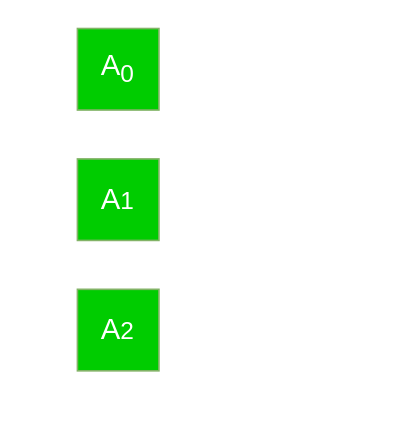
Earlier version of the draw.io diagram Ring-Allreduce.drawio (abdzhangzeyu/draw.io). Source tidied: cells renumbered, new cells numbered last; positions are measured from the earlier drawing's top-left corner, leaving out a move shared by most shapes. Both pictures are drawn from the tidied source at 163%, with x=0, y=0 at pixel (77, 28).
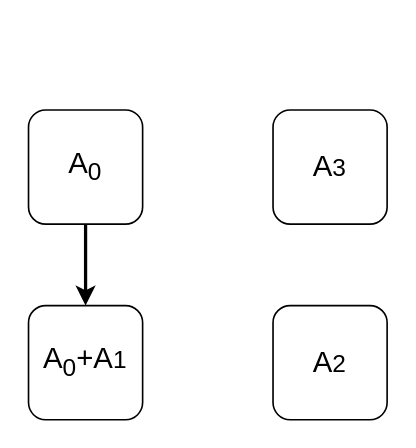
Above is the later version.

Change to the diagram source:
```diff
@@
 <mxGraphModel>
   <root>
     <mxCell id="0" />
     <mxCell id="1" parent="0" />
+    <mxCell id="5" style="edgeStyle=none;rounded=0;jettySize=auto;html=1;exitX=0.5;exitY=1;exitDx=0;exitDy=0;entryX=0.5;entryY=0;entryDx=0;entryDy=0;fontSize=18;fontColor=#000000;strokeColor=#000000;strokeWidth=2;" parent="1" edge="1" source="2" target="6">
+      <mxGeometry relative="1" as="geometry" />
+    </mxCell>
-    <mxCell id="2" value="&lt;font color=&quot;#ffffff&quot; style=&quot;font-size: 18px;&quot;&gt;A&lt;sub&gt;0&lt;/sub&gt;&lt;/font&gt;" style="rounded=0;whiteSpace=wrap;html=1;fillColor=#00CC00;strokeColor=#82b366;" parent="1" vertex="1">
-      <mxGeometry width="50" height="50" as="geometry" />
+    <mxCell id="2" value="A&lt;sub&gt;0&lt;/sub&gt;" style="rounded=1;whiteSpace=wrap;html=1;shadow=0;fontSize=18;" parent="1" vertex="1">
+      <mxGeometry x="-30" y="50" width="70" height="70" as="geometry" />
     </mxCell>
-    <mxCell id="3" value="&lt;font color=&quot;#ffffff&quot; style=&quot;font-size: 18px;&quot;&gt;A&lt;/font&gt;&lt;font color=&quot;#ffffff&quot; style=&quot;font-size: 15px;&quot;&gt;1&lt;/font&gt;" style="rounded=0;whiteSpace=wrap;html=1;fillColor=#00CC00;strokeColor=#82b366;" parent="1" vertex="1">
-      <mxGeometry y="80" width="50" height="50" as="geometry" />
-    </mxCell>
+    <mxCell id="6" value="A&lt;sub&gt;0&lt;/sub&gt;+A&lt;span style=&quot;font-size: 15px;&quot;&gt;1&lt;/span&gt;" style="rounded=1;whiteSpace=wrap;html=1;shadow=0;fontSize=18;" parent="1" vertex="1">
+      <mxGeometry x="-30" y="170" width="70" height="70" as="geometry" />
+    </mxCell>
-    <mxCell id="4" value="&lt;font color=&quot;#ffffff&quot; style=&quot;font-size: 18px;&quot;&gt;A&lt;/font&gt;&lt;font color=&quot;#ffffff&quot; style=&quot;font-size: 15px;&quot;&gt;2&lt;/font&gt;" style="rounded=0;whiteSpace=wrap;html=1;fillColor=#00CC00;strokeColor=#82b366;" parent="1" vertex="1">
-      <mxGeometry y="160" width="50" height="50" as="geometry" />
+    <mxCell id="4" value="A&lt;span style=&quot;font-size: 15px;&quot;&gt;2&lt;/span&gt;" style="rounded=1;whiteSpace=wrap;html=1;shadow=0;fontSize=18;" parent="1" vertex="1">
+      <mxGeometry x="120" y="170" width="70" height="70" as="geometry" />
     </mxCell>
+    <mxCell id="7" value="A&lt;span style=&quot;font-size: 15px;&quot;&gt;3&lt;/span&gt;" style="rounded=1;whiteSpace=wrap;html=1;shadow=0;fontSize=18;" parent="1" vertex="1">
+      <mxGeometry x="120" y="50" width="70" height="70" as="geometry" />
+    </mxCell>
   </root>
 </mxGraphModel>
```
